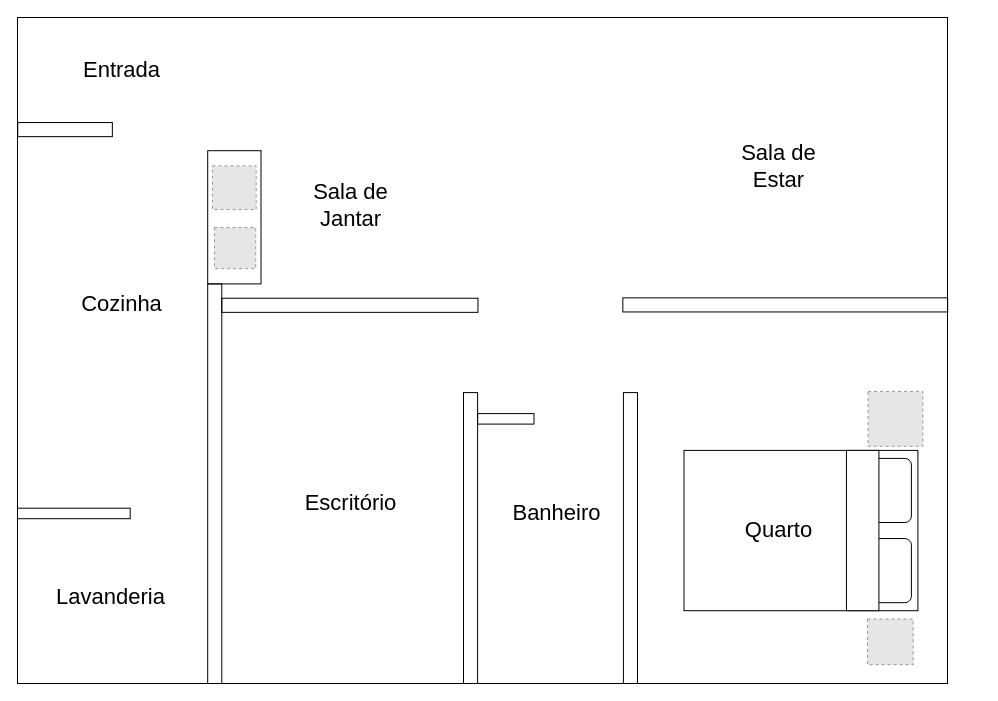
The draw.io diagram casa-inteligente.drawio in ocodista/casa-inteligente-ontologia, before the edit. Source tidied: cells renumbered, new cells numbered last; positions are measured from the earlier drawing's top-left corner, leaving out a move shared by most shapes. Both pictures are drawn from the tidied source at 100%, with x=0, y=0 at pixel (17, 17). Pictures stored in the file or linked from it are replaced by grey dashed boxes.
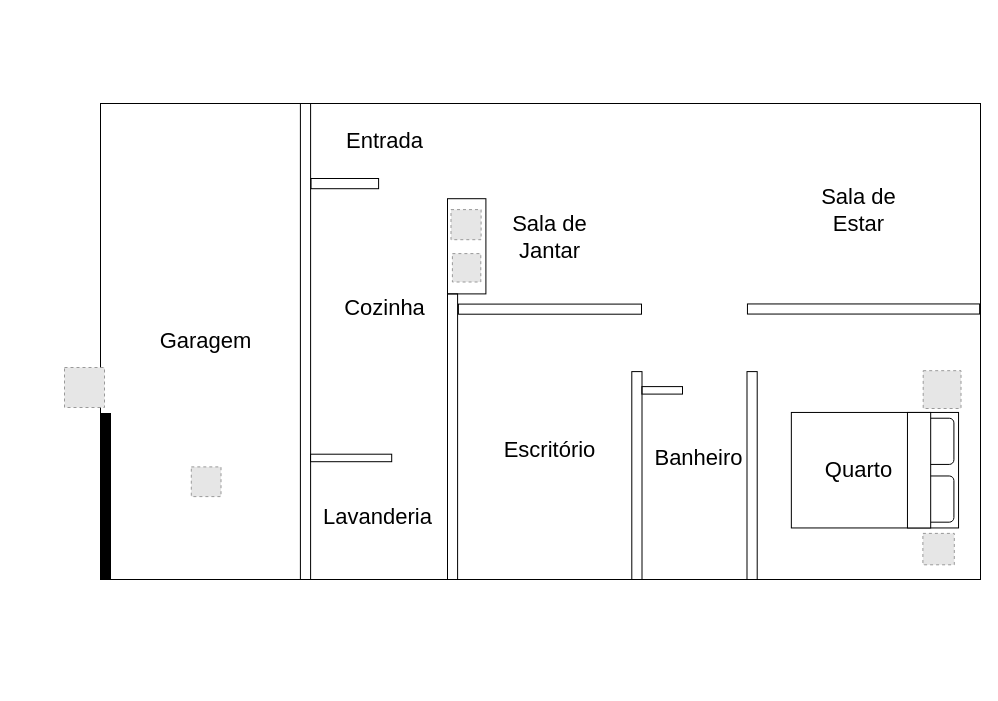
Above is the later version.

What changed in the source:
```diff
@@
-    <mxCell id="2" style="group;" parent="1" vertex="1">
-      <mxGeometry width="930" height="666" as="geometry" />
-    </mxCell>
+    <mxCell id="26" style="group;" parent="1" vertex="1">
+      <mxGeometry x="47" y="86" width="916" height="476" as="geometry" />
+    </mxCell>
-    <mxCell id="3" style="rounded=0;whiteSpace=wrap;html=1;fillColor=default;imageWidth=34;imageHeight=34;" parent="2" vertex="1">
-      <mxGeometry width="930" height="666" as="geometry" />
+    <mxCell id="3" style="rounded=0;whiteSpace=wrap;html=1;fillColor=default;imageWidth=34;imageHeight=34;" parent="26" vertex="1">
+      <mxGeometry x="36" width="880" height="476" as="geometry" />
     </mxCell>
-    <mxCell id="4" style="rounded=0;whiteSpace=wrap;html=1;fillColor=none;" parent="2" vertex="1">
-      <mxGeometry x="190.2" y="266.4" width="14.1" height="399.6" as="geometry" />
+    <mxCell id="4" style="rounded=0;whiteSpace=wrap;html=1;fillColor=none;" parent="26" vertex="1">
+      <mxGeometry x="383" y="190.4" width="10.1" height="285.6" as="geometry" />
     </mxCell>
-    <mxCell id="5" style="rounded=0;whiteSpace=wrap;html=1;fillColor=none;rotation=90;" parent="2" vertex="1">
-      <mxGeometry x="760.7" y="125" width="14.1" height="324.8" as="geometry" />
+    <mxCell id="5" style="rounded=0;whiteSpace=wrap;html=1;fillColor=none;rotation=90;" parent="26" vertex="1">
+      <mxGeometry x="794" y="89.4" width="10.1" height="232.2" as="geometry" />
     </mxCell>
-    <mxCell id="6" style="rounded=0;whiteSpace=wrap;html=1;fillColor=none;rotation=90;" parent="2" vertex="1">
-      <mxGeometry x="40.5" y="64.8" width="14.1" height="94.6" as="geometry" />
+    <mxCell id="6" style="rounded=0;whiteSpace=wrap;html=1;fillColor=none;rotation=90;" parent="26" vertex="1">
+      <mxGeometry x="275.2" y="46.3" width="10.2" height="67.6" as="geometry" />
     </mxCell>
-    <mxCell id="7" style="rounded=0;whiteSpace=wrap;html=1;fillColor=none;rotation=-180;" parent="2" vertex="1">
-      <mxGeometry x="446" y="375.1" width="14.1" height="290.9" as="geometry" />
+    <mxCell id="7" style="rounded=0;whiteSpace=wrap;html=1;fillColor=none;rotation=-180;" parent="26" vertex="1">
+      <mxGeometry x="567.3" y="268.1" width="10.2" height="207.9" as="geometry" />
     </mxCell>
-    <mxCell id="8" style="rounded=0;whiteSpace=wrap;html=1;fillColor=none;rotation=-180;" parent="2" vertex="1">
-      <mxGeometry x="605.9" y="375.1" width="14.1" height="290.9" as="geometry" />
+    <mxCell id="8" style="rounded=0;whiteSpace=wrap;html=1;fillColor=none;rotation=-180;" parent="26" vertex="1">
+      <mxGeometry x="682.5" y="268.1" width="10.2" height="207.9" as="geometry" />
     </mxCell>
-    <mxCell id="9" style="rounded=0;whiteSpace=wrap;html=1;fillColor=none;rotation=-180;" parent="2" vertex="1">
-      <mxGeometry x="460.1" y="396.1" width="56.4" height="10.5" as="geometry" />
+    <mxCell id="9" style="rounded=0;whiteSpace=wrap;html=1;fillColor=none;rotation=-180;" parent="26" vertex="1">
+      <mxGeometry x="577.4" y="283.1" width="40.6" height="7.5" as="geometry" />
     </mxCell>
-    <mxCell id="10" style="rounded=0;whiteSpace=wrap;html=1;fillColor=none;rotation=-180;" parent="2" vertex="1">
-      <mxGeometry y="490.7" width="112.7" height="10.5" as="geometry" />
+    <mxCell id="10" style="rounded=0;whiteSpace=wrap;html=1;fillColor=none;rotation=-180;" parent="26" vertex="1">
+      <mxGeometry x="246" y="350.7" width="81.2" height="7.5" as="geometry" />
     </mxCell>
-    <mxCell id="11" value="&lt;font style=&quot;font-size: 22px;&quot;&gt;Cozinha&lt;/font&gt;" style="text;html=1;strokeColor=none;fillColor=none;align=center;verticalAlign=middle;whiteSpace=wrap;rounded=0;rotation=0;fontSize=22;" parent="2" vertex="1">
-      <mxGeometry x="40.5" y="257.6" width="126.8" height="59.6" as="geometry" />
+    <mxCell id="11" value="&lt;font style=&quot;font-size: 22px;&quot;&gt;Cozinha&lt;/font&gt;" style="text;html=1;strokeColor=none;fillColor=none;align=center;verticalAlign=middle;whiteSpace=wrap;rounded=0;rotation=0;fontSize=22;" parent="26" vertex="1">
+      <mxGeometry x="275.2" y="184.1" width="91.4" height="42.6" as="geometry" />
     </mxCell>
-    <mxCell id="12" value="&lt;font style=&quot;font-size: 22px;&quot;&gt;Escritório&lt;/font&gt;" style="text;html=1;strokeColor=none;fillColor=none;align=center;verticalAlign=middle;whiteSpace=wrap;rounded=0;rotation=0;fontSize=22;" parent="2" vertex="1">
-      <mxGeometry x="269.5" y="455.7" width="126.8" height="59.6" as="geometry" />
+    <mxCell id="12" value="&lt;font style=&quot;font-size: 22px;&quot;&gt;Escritório&lt;/font&gt;" style="text;html=1;strokeColor=none;fillColor=none;align=center;verticalAlign=middle;whiteSpace=wrap;rounded=0;rotation=0;fontSize=22;" parent="26" vertex="1">
+      <mxGeometry x="440.1" y="325.7" width="91.4" height="42.6" as="geometry" />
     </mxCell>
-    <mxCell id="13" value="&lt;font style=&quot;font-size: 22px;&quot;&gt;Lavanderia&lt;/font&gt;" style="text;html=1;strokeColor=none;fillColor=none;align=center;verticalAlign=middle;whiteSpace=wrap;rounded=0;rotation=0;fontSize=22;" parent="2" vertex="1">
-      <mxGeometry x="30" y="550" width="126.8" height="59.6" as="geometry" />
+    <mxCell id="13" value="&lt;font style=&quot;font-size: 22px;&quot;&gt;Lavanderia&lt;/font&gt;" style="text;html=1;strokeColor=none;fillColor=none;align=center;verticalAlign=middle;whiteSpace=wrap;rounded=0;rotation=0;fontSize=22;" parent="26" vertex="1">
+      <mxGeometry x="267.6" y="393.1" width="91.4" height="42.6" as="geometry" />
     </mxCell>
-    <mxCell id="14" value="&lt;font style=&quot;font-size: 22px;&quot;&gt;Sala de Estar&lt;/font&gt;" style="text;html=1;strokeColor=none;fillColor=none;align=center;verticalAlign=middle;whiteSpace=wrap;rounded=0;rotation=0;fontSize=22;" parent="2" vertex="1">
-      <mxGeometry x="697.5" y="119.2" width="126.8" height="59.6" as="geometry" />
+    <mxCell id="14" value="&lt;font style=&quot;font-size: 22px;&quot;&gt;Sala de Estar&lt;/font&gt;" style="text;html=1;strokeColor=none;fillColor=none;align=center;verticalAlign=middle;whiteSpace=wrap;rounded=0;rotation=0;fontSize=22;" parent="26" vertex="1">
+      <mxGeometry x="748.5" y="85.2" width="91.4" height="42.6" as="geometry" />
     </mxCell>
-    <mxCell id="15" value="&lt;font style=&quot;font-size: 22px;&quot;&gt;Sala de Jantar&lt;/font&gt;" style="text;html=1;strokeColor=none;fillColor=none;align=center;verticalAlign=middle;whiteSpace=wrap;rounded=0;rotation=0;fontSize=22;" parent="2" vertex="1">
-      <mxGeometry x="269.5" y="148.4" width="126.8" height="78.9" as="geometry" />
+    <mxCell id="15" value="&lt;font style=&quot;font-size: 22px;&quot;&gt;Sala de Jantar&lt;/font&gt;" style="text;html=1;strokeColor=none;fillColor=none;align=center;verticalAlign=middle;whiteSpace=wrap;rounded=0;rotation=0;fontSize=22;" parent="26" vertex="1">
+      <mxGeometry x="440.1" y="106.1" width="91.4" height="56.4" as="geometry" />
     </mxCell>
-    <mxCell id="16" value="&lt;font style=&quot;font-size: 22px;&quot;&gt;Entrada&lt;/font&gt;" style="text;html=1;strokeColor=none;fillColor=none;align=center;verticalAlign=middle;whiteSpace=wrap;rounded=0;rotation=0;fontSize=22;" parent="2" vertex="1">
-      <mxGeometry x="40.5" y="14" width="126.8" height="78.9" as="geometry" />
+    <mxCell id="16" value="&lt;font style=&quot;font-size: 22px;&quot;&gt;Entrada&lt;/font&gt;" style="text;html=1;strokeColor=none;fillColor=none;align=center;verticalAlign=middle;whiteSpace=wrap;rounded=0;rotation=0;fontSize=22;" parent="26" vertex="1">
+      <mxGeometry x="275.2" y="10" width="91.4" height="56.4" as="geometry" />
     </mxCell>
-    <mxCell id="17" value="&lt;font style=&quot;font-size: 22px;&quot;&gt;Banheiro&lt;/font&gt;" style="text;html=1;strokeColor=none;fillColor=none;align=center;verticalAlign=middle;whiteSpace=wrap;rounded=0;rotation=0;fontSize=22;" parent="2" vertex="1">
-      <mxGeometry x="475.6" y="466.2" width="126.8" height="59.6" as="geometry" />
+    <mxCell id="17" value="&lt;font style=&quot;font-size: 22px;&quot;&gt;Banheiro&lt;/font&gt;" style="text;html=1;strokeColor=none;fillColor=none;align=center;verticalAlign=middle;whiteSpace=wrap;rounded=0;rotation=0;fontSize=22;" parent="26" vertex="1">
+      <mxGeometry x="588.6" y="333.2" width="91.4" height="42.6" as="geometry" />
     </mxCell>
-    <mxCell id="18" style="rounded=0;whiteSpace=wrap;html=1;fillColor=none;rotation=90;" parent="2" vertex="1">
-      <mxGeometry x="325.3" y="159.7" width="14.1" height="256.2" as="geometry" />
+    <mxCell id="18" style="rounded=0;whiteSpace=wrap;html=1;fillColor=none;rotation=90;" parent="26" vertex="1">
+      <mxGeometry x="480.4" y="114.1" width="10.1" height="183.1" as="geometry" />
     </mxCell>
-    <mxCell id="19" style="fillColor=#E6E6E6;strokeColor=#999999;dashed=1;html=1;verticalAlign=top;verticalLabelPosition=bottom;labelBackgroundColor=#ffffff;fontSize=8;" parent="2" vertex="1">
-      <mxGeometry x="850.5" y="373.9" width="54.9" height="54.9" as="geometry" />
+    <mxCell id="19" style="fillColor=#E6E6E6;strokeColor=#999999;dashed=1;html=1;verticalAlign=top;verticalLabelPosition=bottom;labelBackgroundColor=#ffffff;fontSize=8;" parent="26" vertex="1">
+      <mxGeometry x="858.7" y="267.2" width="37.8" height="37.8" as="geometry" />
     </mxCell>
-    <mxCell id="20" style="fillColor=#E6E6E6;strokeColor=#999999;dashed=1;html=1;verticalAlign=top;verticalLabelPosition=bottom;labelBackgroundColor=#ffffff;fontSize=8;" parent="2" vertex="1">
-      <mxGeometry x="850" y="601.5" width="45.7" height="45.7" as="geometry" />
+    <mxCell id="20" style="fillColor=#E6E6E6;strokeColor=#999999;dashed=1;html=1;verticalAlign=top;verticalLabelPosition=bottom;labelBackgroundColor=#ffffff;fontSize=8;" parent="26" vertex="1">
+      <mxGeometry x="858.4" y="429.9" width="31.4" height="31.4" as="geometry" />
     </mxCell>
-    <mxCell id="21" style="verticalLabelPosition=bottom;html=1;verticalAlign=top;align=center;shape=mxgraph.floorplan.bed_double;fontSize=8;fillColor=default;rotation=90;" parent="2" vertex="1">
-      <mxGeometry x="703.3" y="396.1" width="160.3" height="233.9" as="geometry" />
+    <mxCell id="21" style="verticalLabelPosition=bottom;html=1;verticalAlign=top;align=center;shape=mxgraph.floorplan.bed_double;fontSize=8;fillColor=default;rotation=90;" parent="26" vertex="1">
+      <mxGeometry x="752.7" y="283.1" width="115.5" height="167.2" as="geometry" />
     </mxCell>
-    <mxCell id="22" value="&lt;font style=&quot;font-size: 22px;&quot;&gt;Quarto&lt;/font&gt;" style="text;html=1;strokeColor=none;fillColor=none;align=center;verticalAlign=middle;whiteSpace=wrap;rounded=0;rotation=0;fontSize=22;" parent="2" vertex="1">
-      <mxGeometry x="697.5" y="483.2" width="126.8" height="59.6" as="geometry" />
+    <mxCell id="22" value="&lt;font style=&quot;font-size: 22px;&quot;&gt;Quarto&lt;/font&gt;" style="text;html=1;strokeColor=none;fillColor=none;align=center;verticalAlign=middle;whiteSpace=wrap;rounded=0;rotation=0;fontSize=22;" parent="26" vertex="1">
+      <mxGeometry x="748.5" y="345.4" width="91.4" height="42.6" as="geometry" />
     </mxCell>
-    <mxCell id="23" style="rounded=0;whiteSpace=wrap;html=1;fillColor=none;" parent="2" vertex="1">
-      <mxGeometry x="190.2" y="133.2" width="53.3" height="133.2" as="geometry" />
+    <mxCell id="23" style="rounded=0;whiteSpace=wrap;html=1;fillColor=none;" parent="26" vertex="1">
+      <mxGeometry x="383" y="95.2" width="38.4" height="95.2" as="geometry" />
     </mxCell>
-    <mxCell id="24" style="fillColor=#E6E6E6;strokeColor=#999999;dashed=1;html=1;verticalAlign=top;verticalLabelPosition=bottom;labelBackgroundColor=#ffffff;fontSize=8;" parent="2" vertex="1">
-      <mxGeometry x="197" y="210" width="41.2" height="41.2" as="geometry" />
+    <mxCell id="24" style="fillColor=#E6E6E6;strokeColor=#999999;dashed=1;html=1;verticalAlign=top;verticalLabelPosition=bottom;labelBackgroundColor=#ffffff;fontSize=8;" parent="26" vertex="1">
+      <mxGeometry x="387.9" y="150.1" width="28.4" height="28.4" as="geometry" />
     </mxCell>
-    <mxCell id="25" style="fillColor=#E6E6E6;strokeColor=#999999;dashed=1;html=1;verticalAlign=top;verticalLabelPosition=bottom;labelBackgroundColor=#ffffff;fontSize=8;" parent="2" vertex="1">
-      <mxGeometry x="195" y="148.4" width="43.7" height="43.7" as="geometry" />
+    <mxCell id="25" style="fillColor=#E6E6E6;strokeColor=#999999;dashed=1;html=1;verticalAlign=top;verticalLabelPosition=bottom;labelBackgroundColor=#ffffff;fontSize=8;" parent="26" vertex="1">
+      <mxGeometry x="386.5" y="106.1" width="30.1" height="30.1" as="geometry" />
     </mxCell>
+    <mxCell id="27" style="rounded=0;whiteSpace=wrap;html=1;fillColor=none;" parent="26" vertex="1">
+      <mxGeometry x="235.9" width="10.2" height="476" as="geometry" />
+    </mxCell>
+    <mxCell id="28" style="rounded=0;whiteSpace=wrap;html=1;fillColor=#000000;" parent="26" vertex="1">
+      <mxGeometry x="36" y="310" width="10" height="166" as="geometry" />
+    </mxCell>
+    <mxCell id="29" value="&lt;font style=&quot;font-size: 22px;&quot;&gt;Garagem&lt;/font&gt;" style="text;html=1;strokeColor=none;fillColor=none;align=center;verticalAlign=middle;whiteSpace=wrap;rounded=0;rotation=0;fontSize=22;" parent="26" vertex="1">
+      <mxGeometry x="96" y="216.7" width="91.4" height="42.6" as="geometry" />
+    </mxCell>
+    <mxCell id="30" style="fillColor=#E6E6E6;strokeColor=#999999;dashed=1;html=1;verticalAlign=top;verticalLabelPosition=bottom;labelBackgroundColor=#ffffff;" parent="26" vertex="1">
+      <mxGeometry x="126.8" y="363.4" width="29.7" height="29.7" as="geometry" />
+    </mxCell>
+    <mxCell id="31" style="fillColor=#E6E6E6;strokeColor=#999999;dashed=1;html=1;verticalAlign=top;verticalLabelPosition=bottom;labelBackgroundColor=#ffffff;" parent="26" vertex="1">
+      <mxGeometry y="264" width="40" height="40" as="geometry" />
+    </mxCell>
```
